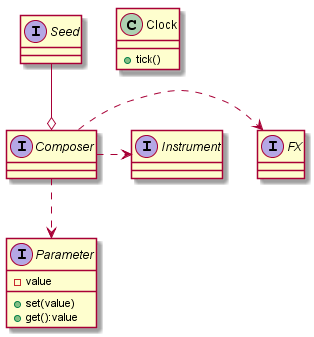
Before: uml/daag_cd.png, a diagram exported from PlantUML (BenjHawk/daag).
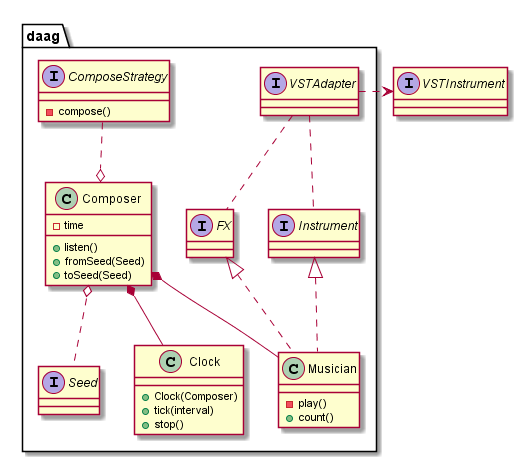
Above is the later version.

Commit message:
first architectural approach and some testing

Diff of the diagram source:
```diff
@@ -1,23 +1,41 @@
 @startuml
 
-Interface Parameter {
-	-value
-	+set(value)
-	+get():value
+Interface VSTInstrument
+
+namespace daag {
+	Interface ComposeStrategy{
+		-compose()
+	}
+	Class Composer{
+		-time
+		+listen()
+		+fromSeed(Seed)
+		+toSeed(Seed)
+	}
+	Interface VSTAdapter
+	Interface FX
+	Interface Instrument
+	Interface Seed
+
+	Class Clock{
+		+Clock(Composer)
+		+tick(interval)
+		+stop()
+	}
+
+	Class Musician{
+		-play()
+		+count()
+	}
+
+	ComposeStrategy ..o Composer
+	Composer o.. Seed
+	Composer *-- Musician
+	Composer *-- Clock
+	VSTAdapter .. Instrument
+	VSTAdapter .. FX
+	VSTAdapter .> .VSTInstrument
+	Instrument <|.. Musician
+	FX <|.. Musician
 }
-Interface Instrument
-Interface Composer
-Interface Seed
-Interface FX
-
-
-Class Clock{
-	+tick()
-}
-
-Composer ..> Parameter
-Seed --o Composer
-Composer .> FX
-Composer .> Instrument
-
 @enduml
```
